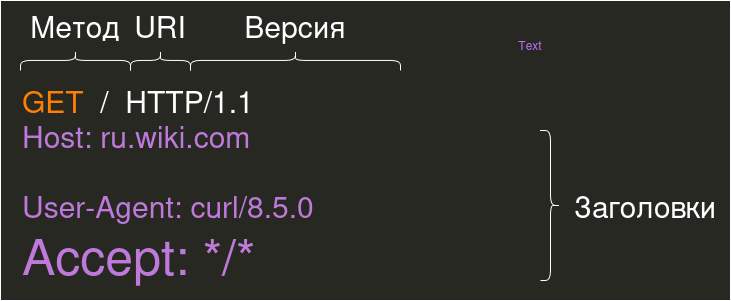
Above: img/HTTP1_Request.drawio.png in DarkSoulEater/Http2Presentation (draw.io), before the change. Source tidied: cells renumbered, new cells last; positions are measured from the earlier drawing's top-left corner, leaving out a move shared by most shapes.
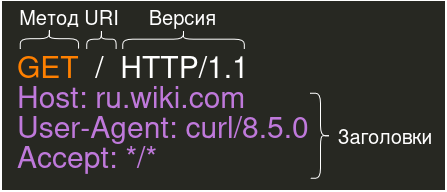
After the commit.

Change to the diagram source:
```diff
@@ -3,46 +3,43 @@
     <mxCell id="0" />
     <mxCell id="1" parent="0" />
     <mxCell id="2" style="rounded=0;whiteSpace=wrap;html=1;fillStyle=solid;fillColor=light-dark(#eeeeee, #272822);strokeColor=default;" parent="1" vertex="1">
-      <mxGeometry y="45" width="730" height="300" as="geometry" />
+      <mxGeometry x="1" y="75" width="444" height="190" as="geometry" />
     </mxCell>
     <mxCell id="3" value="&lt;font style=&quot;font-size: 30px;&quot;&gt;&lt;span style=&quot;color: light-dark(rgb(0, 0, 0), rgb(255, 128, 0));&quot;&gt;GET&lt;/span&gt;&amp;nbsp; /&amp;nbsp; HTTP/1.1&lt;/font&gt;" style="text;html=1;align=left;verticalAlign=middle;whiteSpace=wrap;rounded=0;" parent="1" vertex="1">
-      <mxGeometry x="20" y="125" width="390" height="40" as="geometry" />
+      <mxGeometry x="15" y="120" width="390" height="40" as="geometry" />
     </mxCell>
     <mxCell id="4" style="shape=curlyBracket;whiteSpace=wrap;html=1;rounded=1;flipH=1;labelPosition=right;verticalLabelPosition=middle;align=left;verticalAlign=middle;rotation=-90;" parent="1" vertex="1">
-      <mxGeometry x="65" y="50" width="20" height="110" as="geometry" />
+      <mxGeometry x="39" y="84" width="20" height="58.3" as="geometry" />
     </mxCell>
-    <mxCell id="5" value="&lt;font style=&quot;font-size: 30px;&quot;&gt;Метод&lt;/font&gt;" style="text;html=1;align=center;verticalAlign=middle;whiteSpace=wrap;rounded=0;" parent="1" vertex="1">
-      <mxGeometry x="25" y="55" width="100" height="30" as="geometry" />
+    <mxCell id="5" value="&lt;font style=&quot;font-size: 20px;&quot;&gt;Метод&lt;/font&gt;" style="text;html=1;align=center;verticalAlign=middle;whiteSpace=wrap;rounded=0;" parent="1" vertex="1">
+      <mxGeometry x="-1" y="76" width="100" height="30" as="geometry" />
     </mxCell>
     <mxCell id="6" style="shape=curlyBracket;whiteSpace=wrap;html=1;rounded=1;flipH=1;labelPosition=right;verticalLabelPosition=middle;align=left;verticalAlign=middle;rotation=-90;" parent="1" vertex="1">
-      <mxGeometry x="150" y="75" width="20" height="60" as="geometry" />
+      <mxGeometry x="91" y="99" width="20" height="29.4" as="geometry" />
     </mxCell>
     <mxCell id="7" style="shape=curlyBracket;whiteSpace=wrap;html=1;rounded=1;flipH=1;labelPosition=right;verticalLabelPosition=middle;align=left;verticalAlign=middle;rotation=-90;" parent="1" vertex="1">
-      <mxGeometry x="285" width="20" height="210" as="geometry" />
+      <mxGeometry x="173" y="52.8" width="20" height="121.6" as="geometry" />
     </mxCell>
-    <mxCell id="8" value="&lt;font style=&quot;font-size: 30px;&quot;&gt;URI&lt;/font&gt;" style="text;html=1;align=center;verticalAlign=middle;whiteSpace=wrap;rounded=0;" parent="1" vertex="1">
-      <mxGeometry x="130" y="55" width="60" height="30" as="geometry" />
+    <mxCell id="8" value="&lt;font style=&quot;font-size: 20px;&quot;&gt;URI&lt;/font&gt;" style="text;html=1;align=center;verticalAlign=middle;whiteSpace=wrap;rounded=0;" parent="1" vertex="1">
+      <mxGeometry x="83.7" y="76" width="34.7" height="30" as="geometry" />
     </mxCell>
-    <mxCell id="9" value="&lt;font style=&quot;font-size: 30px;&quot;&gt;Версия&lt;/font&gt;" style="text;html=1;align=center;verticalAlign=middle;whiteSpace=wrap;rounded=0;" parent="1" vertex="1">
-      <mxGeometry x="185" y="55" width="220" height="30" as="geometry" />
+    <mxCell id="9" value="&lt;font style=&quot;font-size: 20px;&quot;&gt;Версия&lt;/font&gt;" style="text;html=1;align=center;verticalAlign=middle;whiteSpace=wrap;rounded=0;" parent="1" vertex="1">
+      <mxGeometry x="149.4" y="76" width="67.2" height="30" as="geometry" />
     </mxCell>
     <mxCell id="10" style="shape=curlyBracket;whiteSpace=wrap;html=1;rounded=1;flipH=1;labelPosition=right;verticalLabelPosition=middle;align=left;verticalAlign=middle;" parent="1" vertex="1">
-      <mxGeometry x="540" y="175" width="20" height="150" as="geometry" />
+      <mxGeometry x="310" y="167.8" width="20" height="85" as="geometry" />
     </mxCell>
-    <mxCell id="11" value="&lt;font style=&quot;font-size: 30px;&quot;&gt;Заголовки&lt;/font&gt;" style="text;html=1;align=center;verticalAlign=middle;whiteSpace=wrap;rounded=0;" parent="1" vertex="1">
-      <mxGeometry x="600" y="235" width="90" height="30" as="geometry" />
+    <mxCell id="11" value="&lt;font style=&quot;font-size: 20px;&quot;&gt;Заголовки&lt;/font&gt;" style="text;html=1;align=center;verticalAlign=middle;whiteSpace=wrap;rounded=0;" parent="1" vertex="1">
+      <mxGeometry x="340" y="195" width="90" height="30" as="geometry" />
     </mxCell>
     <mxCell id="12" value="&lt;font style=&quot;font-size: 30px;&quot;&gt;&lt;span style=&quot;&quot;&gt;&lt;span style=&quot;&quot;&gt;&lt;span style=&quot;&quot;&gt;Host:&lt;/span&gt;&lt;/span&gt;&lt;/span&gt; &lt;span style=&quot;&quot;&gt;ru.wiki.com&lt;/span&gt;&lt;/font&gt;" style="text;html=1;align=left;verticalAlign=middle;whiteSpace=wrap;rounded=0;fontColor=light-dark(#000000, #bf79db);" parent="1" vertex="1">
-      <mxGeometry x="20" y="155" width="490" height="50" as="geometry" />
+      <mxGeometry x="15" y="145" width="315" height="50" as="geometry" />
     </mxCell>
     <mxCell id="13" value="&lt;font style=&quot;font-size: 30px;&quot;&gt;User-Agent: &lt;span style=&quot;&quot;&gt;curl/8.5.0&lt;/span&gt;&lt;/font&gt;" style="text;html=1;align=left;verticalAlign=middle;whiteSpace=wrap;rounded=0;fontColor=light-dark(#000000, #bf79db);" parent="1" vertex="1">
-      <mxGeometry x="20" y="225" width="490" height="50" as="geometry" />
+      <mxGeometry x="15" y="175" width="305" height="50" as="geometry" />
     </mxCell>
-    <mxCell id="14" value="&lt;font style=&quot;font-size: 50px;&quot;&gt;Accept: &lt;span style=&quot;&quot;&gt;*/*&lt;/span&gt;&lt;/font&gt;" style="text;html=1;align=left;verticalAlign=middle;whiteSpace=wrap;rounded=0;fontColor=light-dark(#000000, #bf79db);" parent="1" vertex="1">
-      <mxGeometry x="20" y="275" width="490" height="50" as="geometry" />
+    <mxCell id="14" value="&lt;font style=&quot;font-size: 30px;&quot;&gt;Accept: &lt;span style=&quot;&quot;&gt;*/*&lt;/span&gt;&lt;/font&gt;" style="text;html=1;align=left;verticalAlign=middle;whiteSpace=wrap;rounded=0;fontColor=light-dark(#000000, #bf79db);" parent="1" vertex="1">
+      <mxGeometry x="15" y="205" width="295" height="50" as="geometry" />
     </mxCell>
-    <mxCell id="15" value="&lt;span style=&quot;&quot;&gt;T&lt;/span&gt;&lt;span style=&quot;&quot;&gt;&lt;span style=&quot;&quot;&gt;ex&lt;/span&gt;&lt;/span&gt;&lt;span style=&quot;&quot;&gt;t&lt;/span&gt;" style="text;html=1;align=center;verticalAlign=middle;whiteSpace=wrap;rounded=0;fontColor=light-dark(#000000,#C56EFF);" parent="1" vertex="1">
-      <mxGeometry x="500" y="75" width="60" height="30" as="geometry" />
-    </mxCell>
   </root>
 </mxGraphModel>
```
